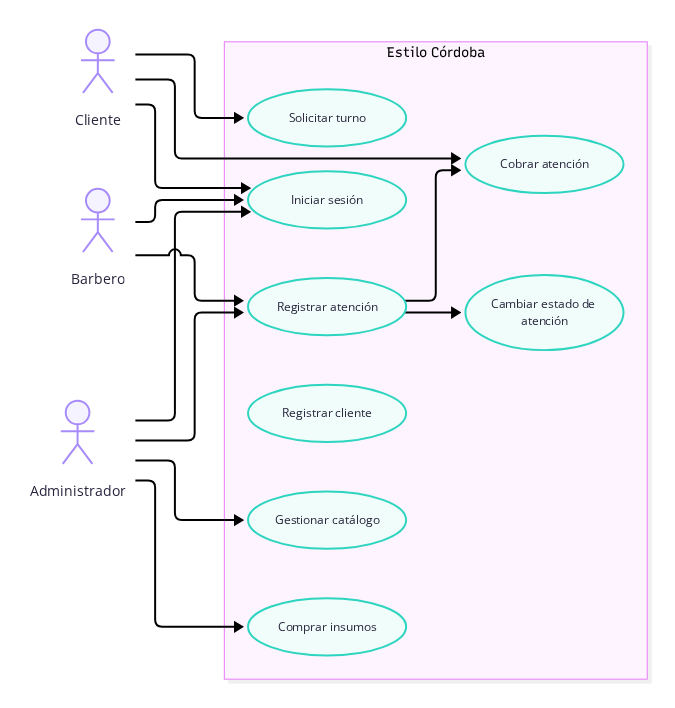
Marcos-Castillo/EstiloCordoba keeps this Mermaid diagram as docs/uml/use-case.png. Above is the earlier version. Its source is kept beside it as docs/uml/use-case.mmd. The source it was exported from:
```mermaid
usecase-beta
direction LR
actor Cliente("Cliente")
actor Barbero("Barbero")
actor Administrador("Administrador")

systemBoundary "Estilo Córdoba"
  IniciarSesion("Iniciar sesión")
  SolicitarTurno("Solicitar turno")
  RegistrarCliente("Registrar cliente")
  GestionarCatalogo("Gestionar catálogo")
  ComprarInsumos("Comprar insumos")
  RegistrarAtencion("Registrar atención")
  CambiarEstado("Cambiar estado de atención")
  CobrarAtencion("Cobrar atención")
end

Cliente --> IniciarSesion
Cliente --> SolicitarTurno
Cliente --> CobrarAtencion
Barbero --> IniciarSesion
Barbero --> RegistrarAtencion
Administrador --> IniciarSesion
Administrador --> RegistrarAtencion
Administrador --> GestionarCatalogo
Administrador --> ComprarInsumos
RegistrarAtencion --> CambiarEstado
RegistrarAtencion --> CobrarAtencion
```
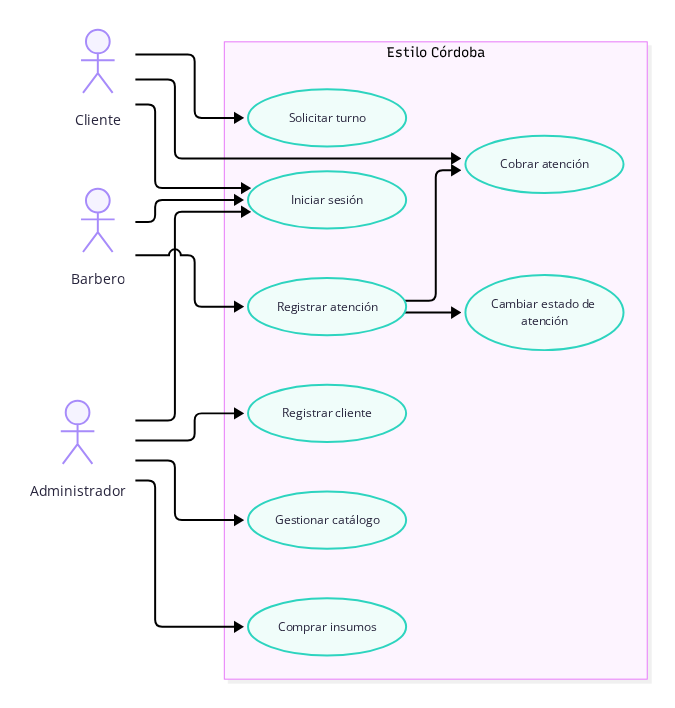
After the change.

Diff of the diagram source:
```diff
@@ -21,7 +21,7 @@
 Barbero --> IniciarSesion
 Barbero --> RegistrarAtencion
 Administrador --> IniciarSesion
-Administrador --> RegistrarAtencion
+Administrador --> RegistrarCliente
 Administrador --> GestionarCatalogo
 Administrador --> ComprarInsumos
 RegistrarAtencion --> CambiarEstado
```
